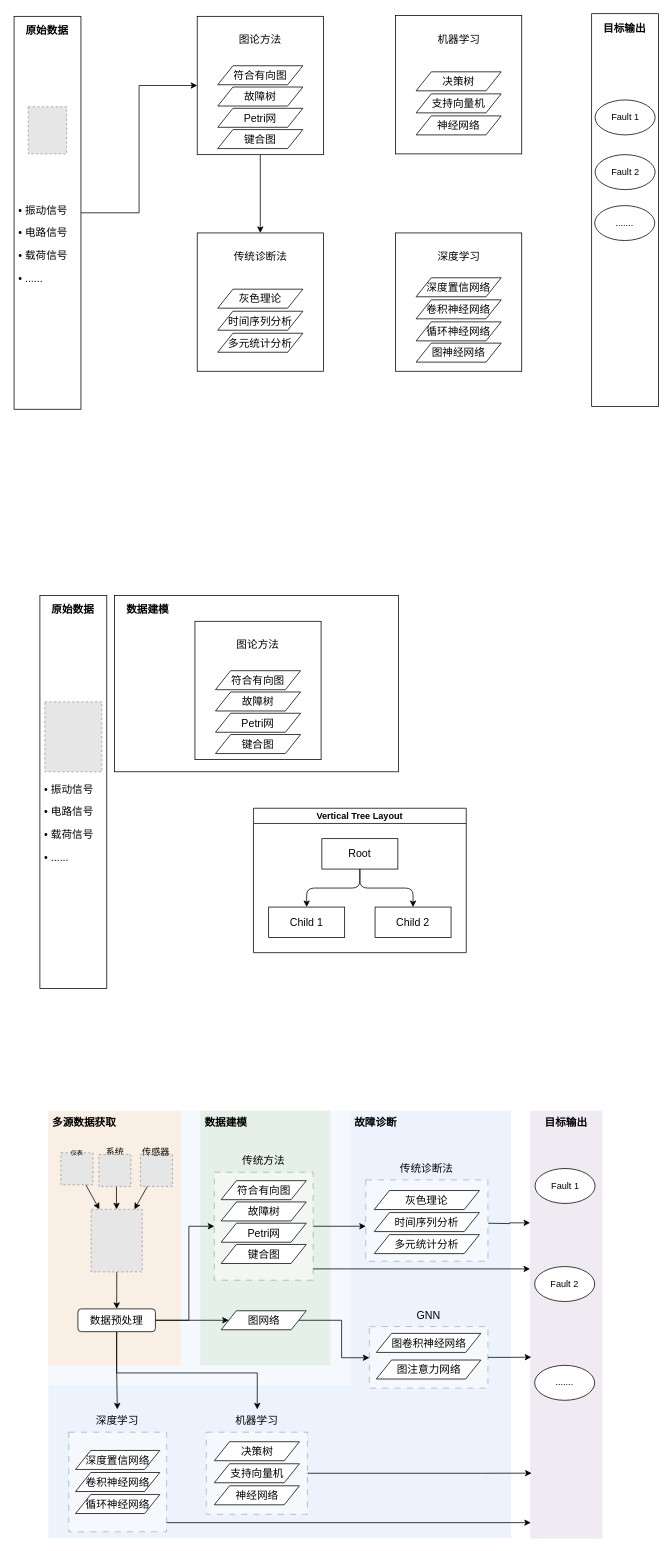
Above: page "第 4 页" (4 of 4) of 故障诊断流程图.drawio in GPlaying/brain_map (draw.io), before the change. Source tidied: cells renumbered, new cells numbered last; positions are measured from the earlier drawing's top-left corner, leaving out a move shared by most shapes. Both pictures are drawn from the tidied source at 76%, with x=0, y=0 at pixel (13, 13). Pictures stored in the file or linked from it are replaced by grey dashed boxes.
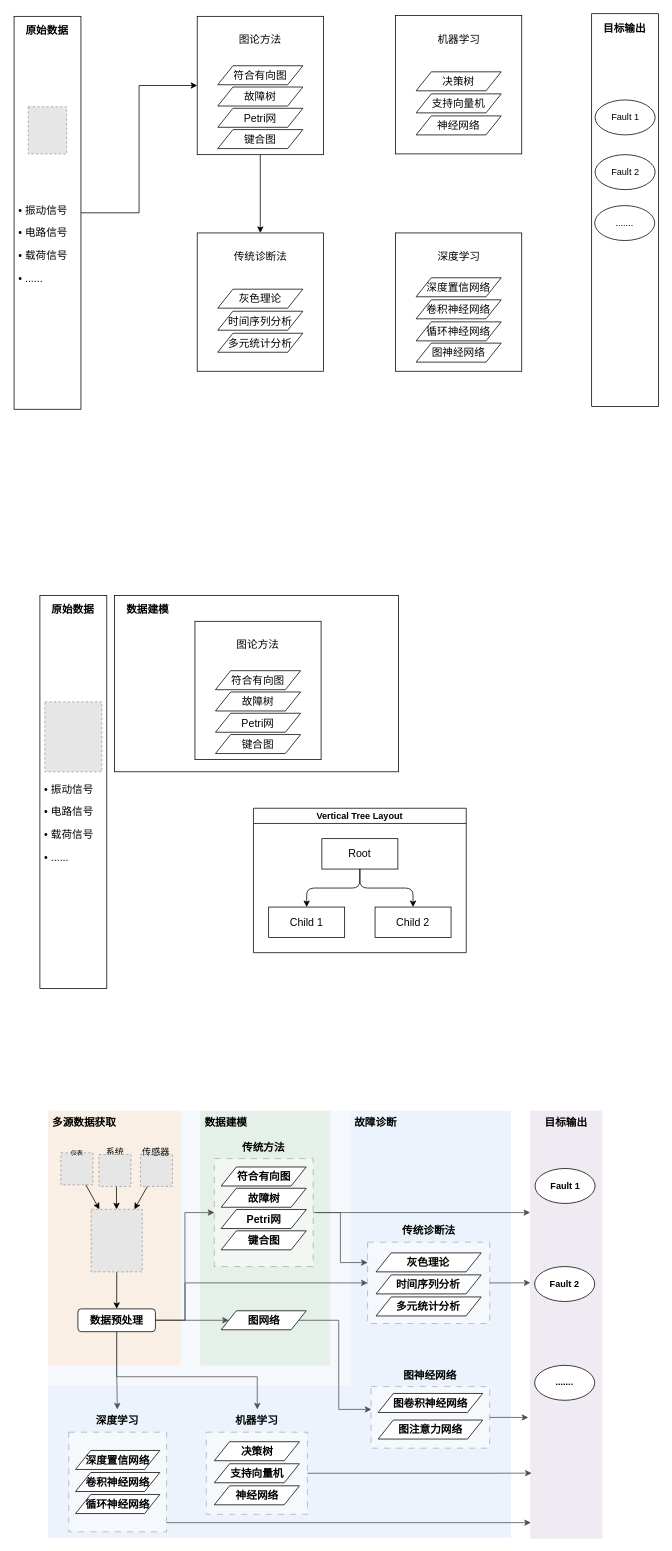
After the change.

Commit message (it also covers changes not shown here):
更新故障诊断流程图.drawio

Unchanged cells that the change refers to:
```xml
<mxCell id="2" style="rounded=0;whiteSpace=wrap;html=1;strokeColor=none;strokeWidth=1;fontSize=14;opacity=50;fillColor=#e1d5e7;" parent="1" vertex="1">
  <mxGeometry x="680" y="1444" width="95.1" height="563" as="geometry" />
</mxCell>
<mxCell id="3" style="group;opacity=50;" parent="1" vertex="1">
  <mxGeometry x="46" y="1444" width="609" height="562" as="geometry" />
</mxCell>
<mxCell id="12" style="group;" parent="3" vertex="1">
  <mxGeometry x="27" y="393" width="128.7" height="161.1" as="geometry" />
</mxCell>
<mxCell id="13" style="rounded=0;whiteSpace=wrap;html=1;fontSize=14;dashed=1;dashPattern=8 8;strokeWidth=1;opacity=50;strokeColor=#666666;" parent="12" vertex="1">
  <mxGeometry y="30" width="128.7" height="131" as="geometry" />
</mxCell>
<mxCell id="18" style="rounded=0;whiteSpace=wrap;html=1;fontSize=14;dashed=1;dashPattern=8 8;strokeWidth=1;opacity=50;strokeColor=#666666;" parent="3" vertex="1">
  <mxGeometry x="208" y="423" width="133" height="108" as="geometry" />
</mxCell>
```

What changed in the source:
```diff
@@
-    <mxCell id="7" value="传统诊断法" style="text;html=1;strokeColor=none;fillColor=none;align=center;verticalAlign=middle;whiteSpace=wrap;rounded=0;fontSize=14;" parent="3" vertex="1">
-      <mxGeometry x="443.2" y="61" width="110" height="30" as="geometry" />
+    <mxCell id="7" value="传统诊断法" style="text;html=1;strokeColor=none;fillColor=none;align=center;verticalAlign=middle;whiteSpace=wrap;rounded=0;fontSize=14;fontStyle=1;" parent="3" vertex="1">
+      <mxGeometry x="445.5" y="143" width="110" height="30" as="geometry" />
     </mxCell>
     <mxCell id="8" style="rounded=0;whiteSpace=wrap;html=1;fontSize=14;dashed=1;dashPattern=8 8;strokeWidth=1;opacity=50;strokeColor=#666666;" parent="3" vertex="1">
-      <mxGeometry x="417.8" y="91" width="160.7" height="107" as="geometry" />
+      <mxGeometry x="420.2" y="173" width="160.7" height="107" as="geometry" />
     </mxCell>
-    <mxCell id="9" value="灰色理论" style="shape=parallelogram;perimeter=parallelogramPerimeter;whiteSpace=wrap;html=1;fixedSize=1;fontSize=14;" parent="3" vertex="1">
-      <mxGeometry x="428.9" y="105" width="138.4" height="25" as="geometry" />
+    <mxCell id="9" value="灰色理论" style="shape=parallelogram;perimeter=parallelogramPerimeter;whiteSpace=wrap;html=1;fixedSize=1;fontSize=14;fontStyle=1;" parent="3" vertex="1">
+      <mxGeometry x="431.3" y="187" width="138.4" height="25" as="geometry" />
     </mxCell>
-    <mxCell id="10" value="时间序列分析" style="shape=parallelogram;perimeter=parallelogramPerimeter;whiteSpace=wrap;html=1;fixedSize=1;fontSize=14;" parent="3" vertex="1">
-      <mxGeometry x="428.9" y="134" width="138.4" height="25" as="geometry" />
+    <mxCell id="10" value="时间序列分析" style="shape=parallelogram;perimeter=parallelogramPerimeter;whiteSpace=wrap;html=1;fixedSize=1;fontSize=14;fontStyle=1;" parent="3" vertex="1">
+      <mxGeometry x="431.3" y="216" width="138.4" height="25" as="geometry" />
     </mxCell>
-    <mxCell id="11" value="多元统计分析" style="shape=parallelogram;perimeter=parallelogramPerimeter;whiteSpace=wrap;html=1;fixedSize=1;fontSize=14;" parent="3" vertex="1">
-      <mxGeometry x="428.9" y="163" width="138.4" height="25" as="geometry" />
+    <mxCell id="11" value="多元统计分析" style="shape=parallelogram;perimeter=parallelogramPerimeter;whiteSpace=wrap;html=1;fixedSize=1;fontSize=14;fontStyle=1;" parent="3" vertex="1">
+      <mxGeometry x="431.3" y="245" width="138.4" height="25" as="geometry" />
     </mxCell>
@@
-    <mxCell id="14" value="深度学习" style="text;html=1;strokeColor=none;fillColor=none;align=center;verticalAlign=middle;whiteSpace=wrap;rounded=0;fontSize=14;" parent="12" vertex="1">
+    <mxCell id="14" value="深度学习" style="text;html=1;strokeColor=none;fillColor=none;align=center;verticalAlign=middle;whiteSpace=wrap;rounded=0;fontSize=14;fontStyle=1;" parent="12" vertex="1">
       <mxGeometry x="19.8" width="88.1" height="30" as="geometry" />
     </mxCell>
-    <mxCell id="15" value="深度置信网络" style="shape=parallelogram;perimeter=parallelogramPerimeter;whiteSpace=wrap;html=1;fixedSize=1;fontSize=14;" parent="12" vertex="1">
+    <mxCell id="15" value="深度置信网络" style="shape=parallelogram;perimeter=parallelogramPerimeter;whiteSpace=wrap;html=1;fixedSize=1;fontSize=14;fontStyle=1;" parent="12" vertex="1">
       <mxGeometry x="8.9" y="54" width="110.9" height="25" as="geometry" />
     </mxCell>
-    <mxCell id="16" value="卷积神经网络" style="shape=parallelogram;perimeter=parallelogramPerimeter;whiteSpace=wrap;html=1;fixedSize=1;fontSize=14;" parent="12" vertex="1">
+    <mxCell id="16" value="卷积神经网络" style="shape=parallelogram;perimeter=parallelogramPerimeter;whiteSpace=wrap;html=1;fixedSize=1;fontSize=14;fontStyle=1;" parent="12" vertex="1">
       <mxGeometry x="8.9" y="83" width="110.9" height="25" as="geometry" />
     </mxCell>
-    <mxCell id="17" value="循环神经网络" style="shape=parallelogram;perimeter=parallelogramPerimeter;whiteSpace=wrap;html=1;fixedSize=1;fontSize=14;" parent="12" vertex="1">
+    <mxCell id="17" value="循环神经网络" style="shape=parallelogram;perimeter=parallelogramPerimeter;whiteSpace=wrap;html=1;fixedSize=1;fontSize=14;fontStyle=1;" parent="12" vertex="1">
       <mxGeometry x="8.9" y="112" width="110.9" height="25" as="geometry" />
     </mxCell>
@@
-    <mxCell id="19" value="机器学习" style="text;html=1;strokeColor=none;fillColor=none;align=center;verticalAlign=middle;whiteSpace=wrap;rounded=0;fontSize=14;" parent="3" vertex="1">
+    <mxCell id="19" value="机器学习" style="text;html=1;strokeColor=none;fillColor=none;align=center;verticalAlign=middle;whiteSpace=wrap;rounded=0;fontSize=14;fontStyle=1;" parent="3" vertex="1">
       <mxGeometry x="230" y="393" width="89" height="30" as="geometry" />
     </mxCell>
-    <mxCell id="20" value="决策树" style="shape=parallelogram;perimeter=parallelogramPerimeter;whiteSpace=wrap;html=1;fixedSize=1;fontSize=14;" parent="3" vertex="1">
+    <mxCell id="20" value="决策树" style="shape=parallelogram;perimeter=parallelogramPerimeter;whiteSpace=wrap;html=1;fixedSize=1;fontSize=14;fontStyle=1;" parent="3" vertex="1">
       <mxGeometry x="218.5" y="435.5" width="112" height="25" as="geometry" />
     </mxCell>
-    <mxCell id="21" value="支持向量机" style="shape=parallelogram;perimeter=parallelogramPerimeter;whiteSpace=wrap;html=1;fixedSize=1;fontSize=14;" parent="3" vertex="1">
+    <mxCell id="21" value="支持向量机" style="shape=parallelogram;perimeter=parallelogramPerimeter;whiteSpace=wrap;html=1;fixedSize=1;fontSize=14;fontStyle=1;" parent="3" vertex="1">
       <mxGeometry x="218.5" y="464.5" width="112" height="25" as="geometry" />
     </mxCell>
-    <mxCell id="22" value="神经网络" style="shape=parallelogram;perimeter=parallelogramPerimeter;whiteSpace=wrap;html=1;fixedSize=1;fontSize=14;" parent="3" vertex="1">
+    <mxCell id="22" value="神经网络" style="shape=parallelogram;perimeter=parallelogramPerimeter;whiteSpace=wrap;html=1;fixedSize=1;fontSize=14;fontStyle=1;" parent="3" vertex="1">
       <mxGeometry x="218.5" y="493.5" width="112" height="25" as="geometry" />
     </mxCell>
     <mxCell id="23" style="rounded=0;whiteSpace=wrap;html=1;fontSize=14;dashed=1;dashPattern=8 8;strokeWidth=1;opacity=50;strokeColor=#666666;" parent="3" vertex="1">
-      <mxGeometry x="422.5" y="284" width="156" height="81" as="geometry" />
+      <mxGeometry x="424.8" y="363" width="156" height="81" as="geometry" />
     </mxCell>
-    <mxCell id="24" value="GNN" style="text;html=1;strokeColor=none;fillColor=none;align=center;verticalAlign=middle;whiteSpace=wrap;rounded=0;fontSize=14;" parent="3" vertex="1">
-      <mxGeometry x="456" y="254" width="89" height="30" as="geometry" />
+    <mxCell id="24" value="图神经网络" style="text;html=1;strokeColor=none;fillColor=none;align=center;verticalAlign=middle;whiteSpace=wrap;rounded=0;fontSize=14;fontStyle=1;" parent="3" vertex="1">
+      <mxGeometry x="458.3" y="333" width="89" height="30" as="geometry" />
     </mxCell>
-    <mxCell id="25" value="图卷积神经网络" style="shape=parallelogram;perimeter=parallelogramPerimeter;whiteSpace=wrap;html=1;fixedSize=1;fontSize=14;" parent="3" vertex="1">
-      <mxGeometry x="431.7" y="293" width="137.5" height="25" as="geometry" />
+    <mxCell id="25" value="图卷积神经网络" style="shape=parallelogram;perimeter=parallelogramPerimeter;whiteSpace=wrap;html=1;fixedSize=1;fontSize=14;fontStyle=1;" parent="3" vertex="1">
+      <mxGeometry x="434.1" y="372" width="137.5" height="25" as="geometry" />
     </mxCell>
-    <mxCell id="26" value="图注意力网络" style="shape=parallelogram;perimeter=parallelogramPerimeter;whiteSpace=wrap;html=1;fixedSize=1;fontSize=14;" parent="3" vertex="1">
-      <mxGeometry x="431.7" y="328" width="137.5" height="25" as="geometry" />
+    <mxCell id="26" value="图注意力网络" style="shape=parallelogram;perimeter=parallelogramPerimeter;whiteSpace=wrap;html=1;fixedSize=1;fontSize=14;fontStyle=1;" parent="3" vertex="1">
+      <mxGeometry x="434.1" y="407" width="137.5" height="25" as="geometry" />
     </mxCell>
@@
-    <mxCell id="87" style="edgeStyle=orthogonalEdgeStyle;rounded=0;jettySize=auto;html=1;fontSize=14;" parent="1" edge="1" source="91" target="112">
+    <mxCell id="87" style="edgeStyle=orthogonalEdgeStyle;rounded=0;jettySize=auto;html=1;fontSize=14;strokeColor=#4D4D4D;" parent="1" edge="1" source="91" target="112">
       <mxGeometry relative="1" as="geometry" />
     </mxCell>
-    <mxCell id="88" style="edgeStyle=orthogonalEdgeStyle;rounded=0;jettySize=auto;html=1;fontSize=14;" parent="1" edge="1" source="91" target="14">
+    <mxCell id="88" style="edgeStyle=orthogonalEdgeStyle;rounded=0;jettySize=auto;html=1;fontSize=14;strokeColor=#4D4D4D;" parent="1" edge="1" source="91" target="14">
       <mxGeometry relative="1" as="geometry" />
     </mxCell>
-    <mxCell id="89" style="edgeStyle=orthogonalEdgeStyle;rounded=0;jettySize=auto;html=1;fontSize=14;" parent="1" edge="1" source="91" target="19">
+    <mxCell id="89" style="edgeStyle=orthogonalEdgeStyle;rounded=0;jettySize=auto;html=1;fontSize=14;strokeColor=#4D4D4D;" parent="1" edge="1" source="91" target="19">
       <mxGeometry relative="1" as="geometry">
         <Array as="points">
-          <mxPoint x="136" y="1789" />
-          <mxPoint x="321" y="1789" />
+          <mxPoint x="136" y="1794" />
+          <mxPoint x="321" y="1794" />
         </Array>
       </mxGeometry>
     </mxCell>
-    <mxCell id="90" style="edgeStyle=orthogonalEdgeStyle;rounded=0;jettySize=auto;html=1;entryX=0;entryY=0.5;entryDx=0;entryDy=0;fontSize=14;" parent="1" edge="1" source="91" target="106">
-      <mxGeometry relative="1" as="geometry">
-        <Array as="points">
-          <mxPoint x="231" y="1720" />
-          <mxPoint x="231" y="1596" />
-        </Array>
-      </mxGeometry>
+    <mxCell id="90" style="edgeStyle=orthogonalEdgeStyle;rounded=0;jettySize=auto;html=1;entryX=0;entryY=0.5;entryDx=0;entryDy=0;strokeWidth=1;fontSize=14;strokeColor=#4D4D4D;" parent="1" edge="1" source="91" target="106">
+      <mxGeometry relative="1" as="geometry" />
     </mxCell>
+    <mxCell id="122" style="edgeStyle=orthogonalEdgeStyle;rounded=0;jettySize=auto;html=1;entryX=0;entryY=0.5;entryDx=0;entryDy=0;strokeWidth=1;fontSize=14;strokeColor=#4D4D4D;" parent="1" edge="1" source="91" target="8">
+      <mxGeometry relative="1" as="geometry">
+        <Array as="points">
+          <mxPoint x="226" y="1720" />
+          <mxPoint x="226" y="1671" />
+        </Array>
+      </mxGeometry>
+    </mxCell>
-    <mxCell id="91" value="数据预处理" style="rounded=1;whiteSpace=wrap;html=1;fontSize=14;" parent="1" vertex="1">
+    <mxCell id="91" value="数据预处理" style="rounded=1;whiteSpace=wrap;html=1;fontSize=14;fontStyle=1;" parent="1" vertex="1">
       <mxGeometry x="85" y="1704.7" width="102" height="30" as="geometry" />
     </mxCell>
@@
+    <mxCell id="123" style="edgeStyle=orthogonalEdgeStyle;rounded=0;orthogonalLoop=1;jettySize=auto;html=1;strokeWidth=1;fontSize=14;strokeColor=#4D4D4D;" parent="1" edge="1">
+      <mxGeometry relative="1" as="geometry">
+        <mxPoint x="398.5" y="1578" as="sourcePoint" />
+        <mxPoint x="680" y="1578" as="targetPoint" />
+      </mxGeometry>
+    </mxCell>
-    <mxCell id="104" style="edgeStyle=orthogonalEdgeStyle;rounded=0;jettySize=auto;html=1;fontSize=14;" parent="1" edge="1" source="106" target="8">
-      <mxGeometry relative="1" as="geometry">
-        <Array as="points">
-          <mxPoint x="446" y="1596" />
-          <mxPoint x="446" y="1596" />
-        </Array>
-      </mxGeometry>
+    <mxCell id="104" style="edgeStyle=orthogonalEdgeStyle;rounded=0;jettySize=auto;html=1;entryX=0;entryY=0.25;entryDx=0;entryDy=0;strokeWidth=1;fontSize=14;strokeColor=#4D4D4D;" parent="1" edge="1" source="106" target="8">
+      <mxGeometry relative="1" as="geometry" />
     </mxCell>
-    <mxCell id="105" style="edgeStyle=orthogonalEdgeStyle;rounded=0;jettySize=auto;html=1;fontSize=14;exitX=0.999;exitY=0.895;exitDx=0;exitDy=0;exitPerimeter=0;" parent="1" edge="1" source="106" target="2">
-      <mxGeometry relative="1" as="geometry">
-        <Array as="points">
-          <mxPoint x="539" y="1652" />
-          <mxPoint x="539" y="1652" />
-        </Array>
-      </mxGeometry>
-    </mxCell>
     <mxCell id="106" style="rounded=0;whiteSpace=wrap;html=1;fontSize=14;dashed=1;dashPattern=8 8;strokeWidth=1;opacity=50;strokeColor=#666666;" parent="1" vertex="1">
-      <mxGeometry x="264.5" y="1525" width="130" height="142" as="geometry" />
+      <mxGeometry x="264.5" y="1507" width="130" height="142" as="geometry" />
     </mxCell>
-    <mxCell id="107" value="符合有向图" style="shape=parallelogram;perimeter=parallelogramPerimeter;whiteSpace=wrap;html=1;fixedSize=1;fontSize=14;" parent="1" vertex="1">
-      <mxGeometry x="273.5" y="1536" width="112" height="25" as="geometry" />
+    <mxCell id="107" value="符合有向图" style="shape=parallelogram;perimeter=parallelogramPerimeter;whiteSpace=wrap;html=1;fixedSize=1;fontSize=14;fontStyle=1;" parent="1" vertex="1">
+      <mxGeometry x="273.5" y="1518" width="112" height="25" as="geometry" />
     </mxCell>
-    <mxCell id="108" value="故障树" style="shape=parallelogram;perimeter=parallelogramPerimeter;whiteSpace=wrap;html=1;fixedSize=1;fontSize=14;" parent="1" vertex="1">
-      <mxGeometry x="273.5" y="1564" width="112" height="25" as="geometry" />
+    <mxCell id="108" value="故障树" style="shape=parallelogram;perimeter=parallelogramPerimeter;whiteSpace=wrap;html=1;fixedSize=1;fontSize=14;fontStyle=1;" parent="1" vertex="1">
+      <mxGeometry x="273.5" y="1546" width="112" height="25" as="geometry" />
     </mxCell>
-    <mxCell id="109" value="Petri网" style="shape=parallelogram;perimeter=parallelogramPerimeter;whiteSpace=wrap;html=1;fixedSize=1;fontSize=14;" parent="1" vertex="1">
-      <mxGeometry x="273.5" y="1592" width="112" height="25" as="geometry" />
+    <mxCell id="109" value="Petri网" style="shape=parallelogram;perimeter=parallelogramPerimeter;whiteSpace=wrap;html=1;fixedSize=1;fontSize=14;fontStyle=1;" parent="1" vertex="1">
+      <mxGeometry x="273.5" y="1574" width="112" height="25" as="geometry" />
     </mxCell>
-    <mxCell id="110" value="键合图" style="shape=parallelogram;perimeter=parallelogramPerimeter;whiteSpace=wrap;html=1;fixedSize=1;fontSize=14;" parent="1" vertex="1">
-      <mxGeometry x="273.5" y="1620" width="112" height="25" as="geometry" />
+    <mxCell id="110" value="键合图" style="shape=parallelogram;perimeter=parallelogramPerimeter;whiteSpace=wrap;html=1;fixedSize=1;fontSize=14;fontStyle=1;" parent="1" vertex="1">
+      <mxGeometry x="273.5" y="1602" width="112" height="25" as="geometry" />
     </mxCell>
-    <mxCell id="111" style="edgeStyle=orthogonalEdgeStyle;rounded=0;jettySize=auto;html=1;fontSize=14;" parent="1" edge="1" source="112" target="23">
-      <mxGeometry relative="1" as="geometry">
-        <Array as="points">
-          <mxPoint x="432" y="1720" />
-          <mxPoint x="432" y="1769" />
-        </Array>
-      </mxGeometry>
+    <mxCell id="111" style="edgeStyle=orthogonalEdgeStyle;rounded=0;jettySize=auto;html=1;entryX=0.002;entryY=0.37;entryDx=0;entryDy=0;entryPerimeter=0;strokeWidth=1;fontSize=14;strokeColor=#4D4D4D;" parent="1" edge="1" source="112" target="23">
+      <mxGeometry relative="1" as="geometry" />
     </mxCell>
-    <mxCell id="112" value="图网络" style="shape=parallelogram;perimeter=parallelogramPerimeter;whiteSpace=wrap;html=1;fixedSize=1;fontSize=14;" parent="1" vertex="1">
+    <mxCell id="112" value="图网络" style="shape=parallelogram;perimeter=parallelogramPerimeter;whiteSpace=wrap;html=1;fixedSize=1;fontSize=14;fontStyle=1;" parent="1" vertex="1">
       <mxGeometry x="273.5" y="1707.2" width="112" height="25" as="geometry" />
     </mxCell>
-    <mxCell id="113" value="传统方法" style="text;html=1;strokeColor=none;fillColor=none;align=center;verticalAlign=middle;whiteSpace=wrap;rounded=0;fontSize=14;" parent="1" vertex="1">
-      <mxGeometry x="285" y="1495" width="89" height="30" as="geometry" />
+    <mxCell id="113" value="传统方法" style="text;html=1;strokeColor=none;fillColor=none;align=center;verticalAlign=middle;whiteSpace=wrap;rounded=0;fontSize=14;fontStyle=1;" parent="1" vertex="1">
+      <mxGeometry x="285" y="1477" width="89" height="30" as="geometry" />
     </mxCell>
@@
-    <mxCell id="115" value="Fault 1" style="ellipse;whiteSpace=wrap;html=1;align=center;" parent="1" vertex="1">
+    <mxCell id="115" value="Fault 1" style="ellipse;whiteSpace=wrap;html=1;align=center;fontStyle=1;" parent="1" vertex="1">
       <mxGeometry x="686.5" y="1520" width="79" height="46" as="geometry" />
     </mxCell>
-    <mxCell id="116" value="Fault 2" style="ellipse;whiteSpace=wrap;html=1;align=center;" parent="1" vertex="1">
+    <mxCell id="116" value="Fault 2" style="ellipse;whiteSpace=wrap;html=1;align=center;fontStyle=1;" parent="1" vertex="1">
       <mxGeometry x="686" y="1649" width="79" height="46" as="geometry" />
     </mxCell>
-    <mxCell id="117" value="......." style="ellipse;whiteSpace=wrap;html=1;align=center;" parent="1" vertex="1">
+    <mxCell id="117" value="......." style="ellipse;whiteSpace=wrap;html=1;align=center;fontStyle=1;" parent="1" vertex="1">
       <mxGeometry x="686" y="1779" width="79" height="46" as="geometry" />
     </mxCell>
-    <mxCell id="118" style="edgeStyle=orthogonalEdgeStyle;rounded=0;jettySize=auto;html=1;fontSize=14;" parent="1" edge="1" source="13">
+    <mxCell id="118" style="edgeStyle=orthogonalEdgeStyle;rounded=0;jettySize=auto;html=1;fontSize=14;strokeColor=#4D4D4D;" parent="1" edge="1" source="13">
       <mxGeometry relative="1" as="geometry">
         <mxPoint x="681" y="1986" as="targetPoint" />
         <Array as="points">
           <mxPoint x="681" y="1986" />
         </Array>
       </mxGeometry>
     </mxCell>
-    <mxCell id="119" style="edgeStyle=orthogonalEdgeStyle;rounded=0;jettySize=auto;html=1;fontSize=14;entryX=0.021;entryY=0.847;entryDx=0;entryDy=0;entryPerimeter=0;" parent="1" edge="1" source="18" target="2">
+    <mxCell id="119" style="edgeStyle=orthogonalEdgeStyle;rounded=0;jettySize=auto;html=1;fontSize=14;entryX=0.021;entryY=0.847;entryDx=0;entryDy=0;entryPerimeter=0;strokeColor=#4D4D4D;" parent="1" edge="1" source="18" target="2">
       <mxGeometry relative="1" as="geometry">
         <Array as="points">
           <mxPoint x="615" y="1921" />
           <mxPoint x="615" y="1921" />
         </Array>
       </mxGeometry>
     </mxCell>
-    <mxCell id="120" style="edgeStyle=orthogonalEdgeStyle;rounded=0;jettySize=auto;html=1;entryX=0;entryY=0.262;entryDx=0;entryDy=0;entryPerimeter=0;fontSize=14;" parent="1" edge="1" target="2">
-      <mxGeometry relative="1" as="geometry">
-        <mxPoint x="625" y="1592" as="sourcePoint" />
-      </mxGeometry>
-    </mxCell>
+    <mxCell id="124" style="edgeStyle=orthogonalEdgeStyle;rounded=0;jettySize=auto;html=1;entryX=0.004;entryY=0.402;entryDx=0;entryDy=0;entryPerimeter=0;strokeWidth=1;fontSize=14;strokeColor=#4D4D4D;" parent="1" edge="1" source="8" target="2">
+      <mxGeometry relative="1" as="geometry" />
+    </mxCell>
-    <mxCell id="121" style="edgeStyle=orthogonalEdgeStyle;rounded=0;jettySize=auto;html=1;entryX=0.016;entryY=0.576;entryDx=0;entryDy=0;entryPerimeter=0;fontSize=14;" parent="1" edge="1" source="23" target="2">
+    <mxCell id="121" style="edgeStyle=orthogonalEdgeStyle;rounded=0;jettySize=auto;html=1;entryX=-0.025;entryY=0.717;entryDx=0;entryDy=0;entryPerimeter=0;strokeWidth=1;fontSize=14;strokeColor=#4D4D4D;" parent="1" edge="1" source="23" target="2">
       <mxGeometry relative="1" as="geometry" />
     </mxCell>
```
